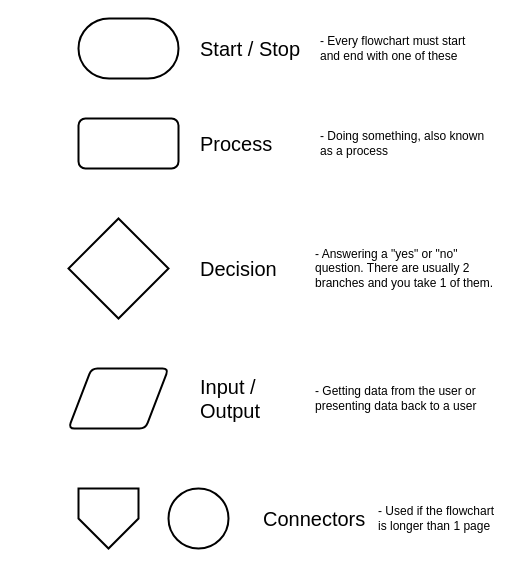
Above: docs/problem-solving/images/flow-chart-symbols.drawio in Mr-Coxall/Computer-Based-Problem-Solving (draw.io), before the change. Source tidied: cells renumbered, new cells numbered last; positions are measured from the earlier drawing's top-left corner, leaving out a move shared by most shapes. Both pictures are drawn from the tidied source at 100%, with x=0, y=0 at pixel (68, 18).
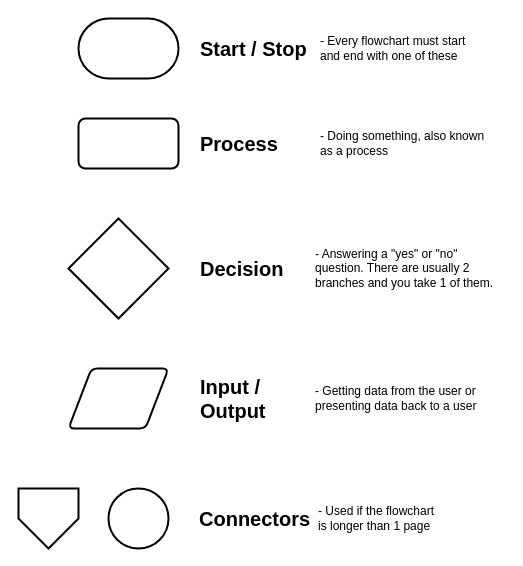
The same diagram, later.

Commit message (it also covers changes not shown here):
flowchart example

The edit, as a diff of the source:
```diff
@@
 <mxGraphModel>
   <root>
     <mxCell id="0" />
     <mxCell id="1" parent="0" />
     <mxCell id="2" style="strokeWidth=2;html=1;shape=mxgraph.flowchart.terminator;whiteSpace=wrap;" parent="1" vertex="1">
       <mxGeometry x="10" width="100" height="60" as="geometry" />
     </mxCell>
-    <mxCell id="3" value="Start / Stop" style="text;html=1;align=left;verticalAlign=middle;strokeColor=none;fillColor=none;fontSize=20;" parent="1" vertex="1">
+    <mxCell id="3" value="Start / Stop" style="text;html=1;align=left;verticalAlign=middle;strokeColor=none;fillColor=none;fontSize=20;fontStyle=1;" parent="1" vertex="1">
       <mxGeometry x="130" y="15" width="120" height="30" as="geometry" />
     </mxCell>
     <mxCell id="4" value="- Every flowchart must start&lt;br&gt;and end with one of these" style="text;html=1;align=left;verticalAlign=middle;strokeColor=none;fillColor=none;" parent="1" vertex="1">
       <mxGeometry x="250" y="15" width="160" height="30" as="geometry" />
     </mxCell>
     <mxCell id="5" style="rounded=1;whiteSpace=wrap;html=1;absoluteArcSize=1;arcSize=14;strokeWidth=2;fontSize=20;" parent="1" vertex="1">
       <mxGeometry x="10" y="100" width="100" height="50" as="geometry" />
     </mxCell>
-    <mxCell id="6" value="Process" style="text;html=1;align=left;verticalAlign=middle;strokeColor=none;fillColor=none;fontSize=20;" parent="1" vertex="1">
+    <mxCell id="6" value="Process" style="text;html=1;align=left;verticalAlign=middle;strokeColor=none;fillColor=none;fontSize=20;fontStyle=1;" parent="1" vertex="1">
       <mxGeometry x="130" y="110" width="90" height="30" as="geometry" />
     </mxCell>
     <mxCell id="7" value="- Doing something, also known&lt;br&gt;as a process" style="text;html=1;align=left;verticalAlign=middle;strokeColor=none;fillColor=none;" parent="1" vertex="1">
       <mxGeometry x="250" y="110" width="180" height="30" as="geometry" />
     </mxCell>
     <mxCell id="8" style="strokeWidth=2;html=1;shape=mxgraph.flowchart.decision;whiteSpace=wrap;fontSize=20;" parent="1" vertex="1">
       <mxGeometry y="200" width="100" height="100" as="geometry" />
     </mxCell>
-    <mxCell id="9" value="Decision" style="text;html=1;align=left;verticalAlign=middle;strokeColor=none;fillColor=none;fontSize=20;" parent="1" vertex="1">
-      <mxGeometry x="130" y="235" width="90" height="30" as="geometry" />
+    <mxCell id="9" value="Decision" style="text;html=1;align=left;verticalAlign=middle;strokeColor=none;fillColor=none;fontSize=20;fontStyle=1;" parent="1" vertex="1">
+      <mxGeometry x="130" y="235" width="100" height="30" as="geometry" />
     </mxCell>
     <mxCell id="10" value="- Answering a &quot;yes&quot; or &quot;no&quot;&lt;br&gt;question. There are usually 2&lt;br&gt;branches and you take 1 of them." style="text;html=1;align=left;verticalAlign=middle;strokeColor=none;fillColor=none;" parent="1" vertex="1">
       <mxGeometry x="245" y="225" width="190" height="50" as="geometry" />
     </mxCell>
     <mxCell id="11" style="shape=parallelogram;html=1;strokeWidth=2;perimeter=parallelogramPerimeter;whiteSpace=wrap;rounded=1;arcSize=12;size=0.23;fontSize=20;" parent="1" vertex="1">
       <mxGeometry y="350" width="100" height="60" as="geometry" />
     </mxCell>
-    <mxCell id="12" value="Input / &lt;br&gt;Output" style="text;html=1;align=left;verticalAlign=middle;strokeColor=none;fillColor=none;fontSize=20;" parent="1" vertex="1">
+    <mxCell id="12" value="Input / &lt;br&gt;Output" style="text;html=1;align=left;verticalAlign=middle;strokeColor=none;fillColor=none;fontSize=20;fontStyle=1;" parent="1" vertex="1">
       <mxGeometry x="130" y="355" width="80" height="50" as="geometry" />
     </mxCell>
     <mxCell id="13" value="- Getting data from the user or&lt;br&gt;presenting data back to a user" style="text;html=1;align=left;verticalAlign=middle;strokeColor=none;fillColor=none;" parent="1" vertex="1">
       <mxGeometry x="245" y="365" width="180" height="30" as="geometry" />
     </mxCell>
     <mxCell id="14" style="verticalLabelPosition=bottom;verticalAlign=top;html=1;shape=offPageConnector;rounded=0;size=0.5;fontSize=20;strokeWidth=2;" parent="1" vertex="1">
-      <mxGeometry x="10" y="470" width="60" height="60" as="geometry" />
+      <mxGeometry x="-50" y="470" width="60" height="60" as="geometry" />
     </mxCell>
     <mxCell id="15" style="verticalLabelPosition=bottom;verticalAlign=top;html=1;shape=mxgraph.flowchart.on-page_reference;fontSize=20;strokeWidth=2;" parent="1" vertex="1">
-      <mxGeometry x="100" y="470" width="60" height="60" as="geometry" />
+      <mxGeometry x="40" y="470" width="60" height="60" as="geometry" />
     </mxCell>
-    <mxCell id="16" value="Connectors" style="text;html=1;align=left;verticalAlign=middle;strokeColor=none;fillColor=none;fontSize=20;" parent="1" vertex="1">
-      <mxGeometry x="192.5" y="485" width="120" height="30" as="geometry" />
+    <mxCell id="16" value="Connectors" style="text;html=1;align=left;verticalAlign=middle;strokeColor=none;fillColor=none;fontSize=20;fontStyle=1;" parent="1" vertex="1">
+      <mxGeometry x="128.5" y="485" width="130" height="30" as="geometry" />
     </mxCell>
     <mxCell id="17" value="- Used if the flowchart&lt;br&gt;is longer than 1 page" style="text;html=1;align=left;verticalAlign=middle;strokeColor=none;fillColor=none;" parent="1" vertex="1">
-      <mxGeometry x="307.5" y="485" width="130" height="30" as="geometry" />
+      <mxGeometry x="247.5" y="485" width="130" height="30" as="geometry" />
     </mxCell>
   </root>
 </mxGraphModel>
```
